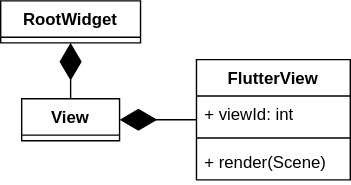
Before: images/Flutter/RootWidget树.drawio.svg, a diagram exported from draw.io (rjyblog/rjyblog.github.io). Source tidied: cells renumbered, new cells last; positions are measured from the earlier drawing's top-left corner, leaving out a move shared by most shapes.
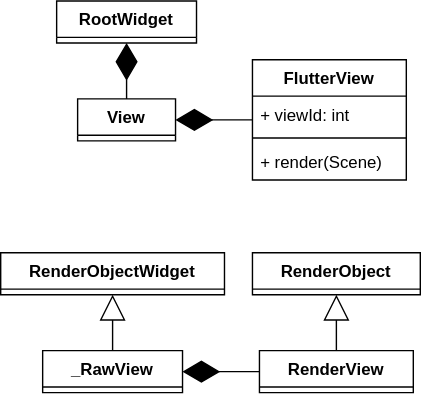
After the commit.

What changed in the source:
```diff
@@ -26,5 +26,26 @@
     <mxCell id="9" style="endArrow=diamondThin;endFill=1;endSize=24;html=1;rounded=0;" parent="1" edge="1" source="3" target="2">
       <mxGeometry relative="1" as="geometry" />
     </mxCell>
+    <mxCell id="10" value="_RawView" style="swimlane;fontStyle=1;align=center;verticalAlign=top;horizontal=1;startSize=26;whiteSpace=wrap;html=1;" parent="1" vertex="1" collapsed="1">
+      <mxGeometry x="-10" y="250" width="100" height="30" as="geometry" />
+    </mxCell>
+    <mxCell id="11" value="RenderView" style="swimlane;fontStyle=1;align=center;verticalAlign=top;horizontal=1;startSize=26;whiteSpace=wrap;html=1;" parent="1" vertex="1" collapsed="1">
+      <mxGeometry x="145" y="250" width="110" height="30" as="geometry" />
+    </mxCell>
+    <mxCell id="12" style="endArrow=diamondThin;endFill=1;endSize=24;html=1;rounded=0;" parent="1" edge="1" source="11" target="10">
+      <mxGeometry relative="1" as="geometry" />
+    </mxCell>
+    <mxCell id="13" value="RenderObjectWidget" style="swimlane;fontStyle=1;align=center;verticalAlign=top;horizontal=1;startSize=26;whiteSpace=wrap;html=1;" parent="1" vertex="1" collapsed="1">
+      <mxGeometry x="-40" y="180" width="160" height="30" as="geometry" />
+    </mxCell>
+    <mxCell id="14" style="endArrow=block;endSize=16;endFill=0;html=1;rounded=0;" parent="1" edge="1" source="10" target="13">
+      <mxGeometry relative="1" as="geometry" />
+    </mxCell>
+    <mxCell id="15" value="RenderObject" style="swimlane;fontStyle=1;align=center;verticalAlign=top;horizontal=1;startSize=26;whiteSpace=wrap;html=1;" parent="1" vertex="1" collapsed="1">
+      <mxGeometry x="140" y="180" width="120" height="30" as="geometry" />
+    </mxCell>
+    <mxCell id="16" style="endArrow=block;endSize=16;endFill=0;html=1;rounded=0;" parent="1" edge="1" source="11" target="15">
+      <mxGeometry relative="1" as="geometry" />
+    </mxCell>
   </root>
 </mxGraphModel>
```
